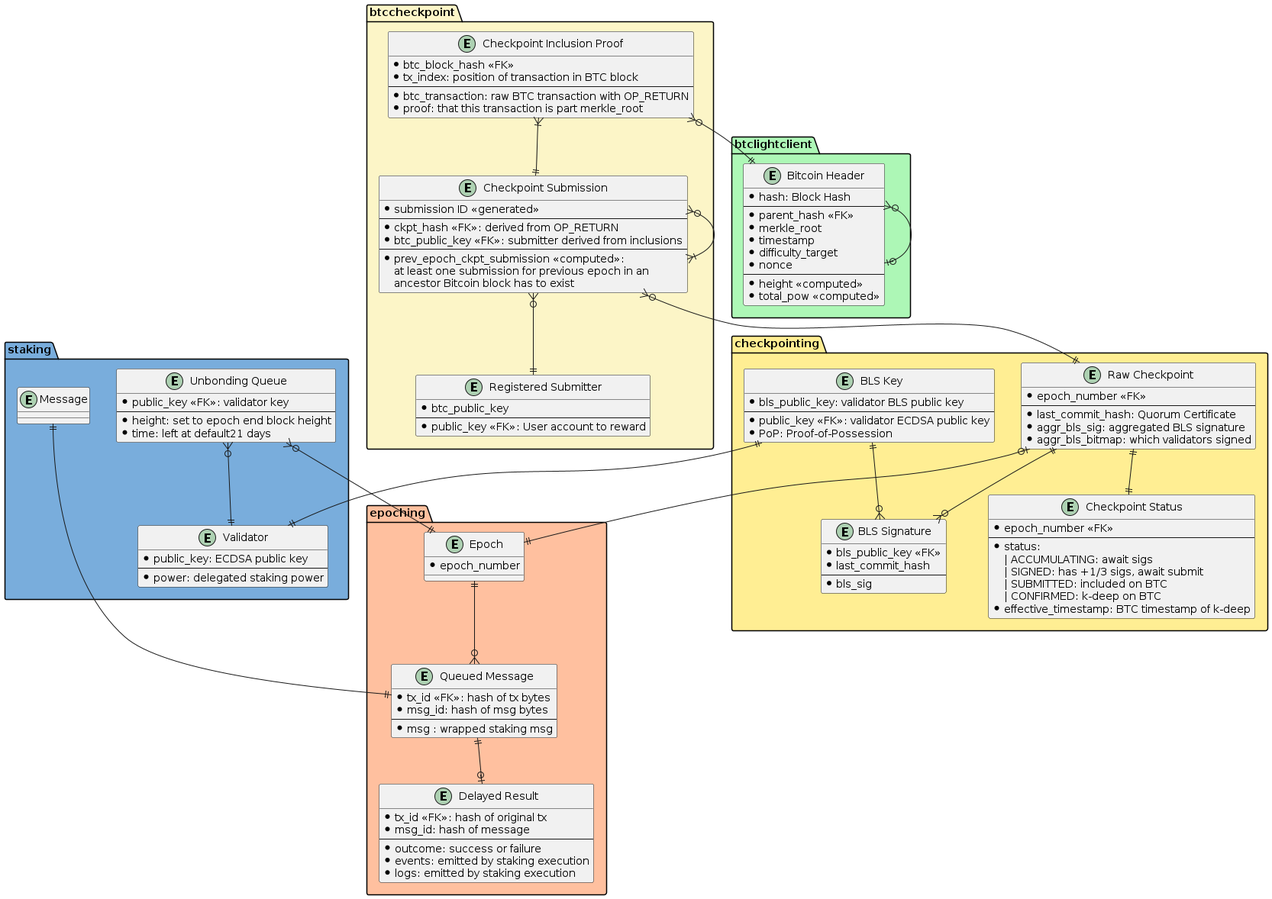
Before: docs/diagrams/database_schema.png, a diagram exported from PlantUML (babylonchain/babylon).
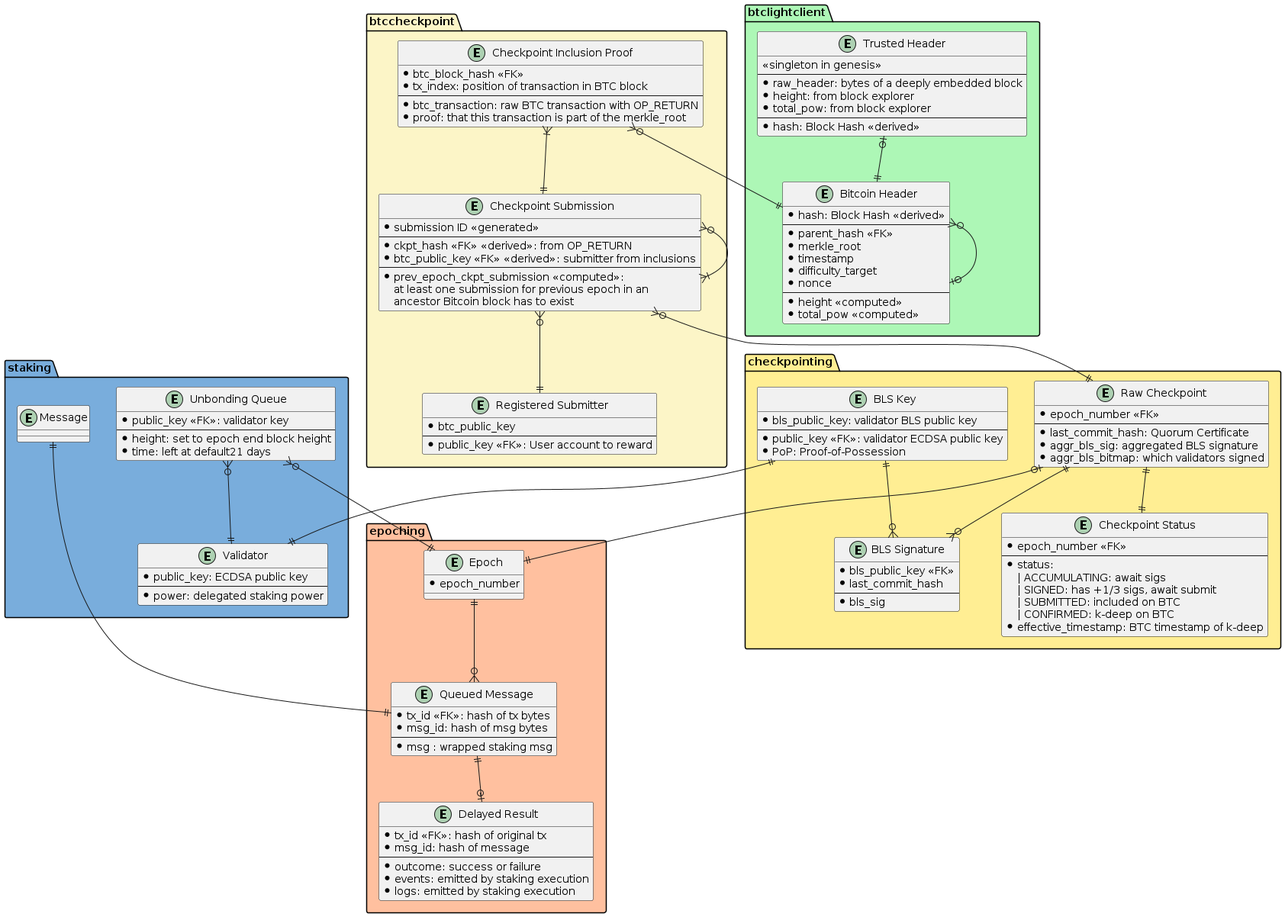
Above is the later version.

Commit message:
BM-60: Add trusted header.

Change to the diagram source:
```diff
@@ -84,8 +84,8 @@
   entity "Checkpoint Submission" as ckpt_submission {
     * submission ID <<generated>>
     --
-    * ckpt_hash <<FK>>: derived from OP_RETURN
-    * btc_public_key <<FK>>: submitter derived from inclusions
+    * ckpt_hash <<FK>> <<derived>>: from OP_RETURN
+    * btc_public_key <<FK>> <<derived>>: submitter from inclusions
     --
     * prev_epoch_ckpt_submission <<computed>>:
       at least one submission for previous epoch in an
@@ -97,13 +97,13 @@
     * tx_index: position of transaction in BTC block
     --
     * btc_transaction: raw BTC transaction with OP_RETURN
-    * proof: that this transaction is part merkle_root
+    * proof: that this transaction is part of the merkle_root
   }
 }
 
 package "btclightclient" #ADF7B6 {
   entity "Bitcoin Header" as btc_header {
-    * hash: Block Hash
+    * hash: Block Hash <<derived>>
     --
     * parent_hash <<FK>>
     * merkle_root
@@ -113,6 +113,16 @@
     --
     * height <<computed>>
     * total_pow <<computed>>
+  }
+
+  entity "Trusted Header" as btc_trusted {
+    <<singleton in genesis>>
+    --
+    * raw_header: bytes of a deeply embedded block
+    * height: from block explorer
+    * total_pow: from block explorer
+    --
+    * hash: Block Hash <<derived>>
   }
 }
 
@@ -140,6 +150,6 @@
 ckpt_inclusion }o--|| btc_header
 
 btc_header }o--o| btc_header
-
+btc_trusted |o--|| btc_header
 
 @enduml
```
